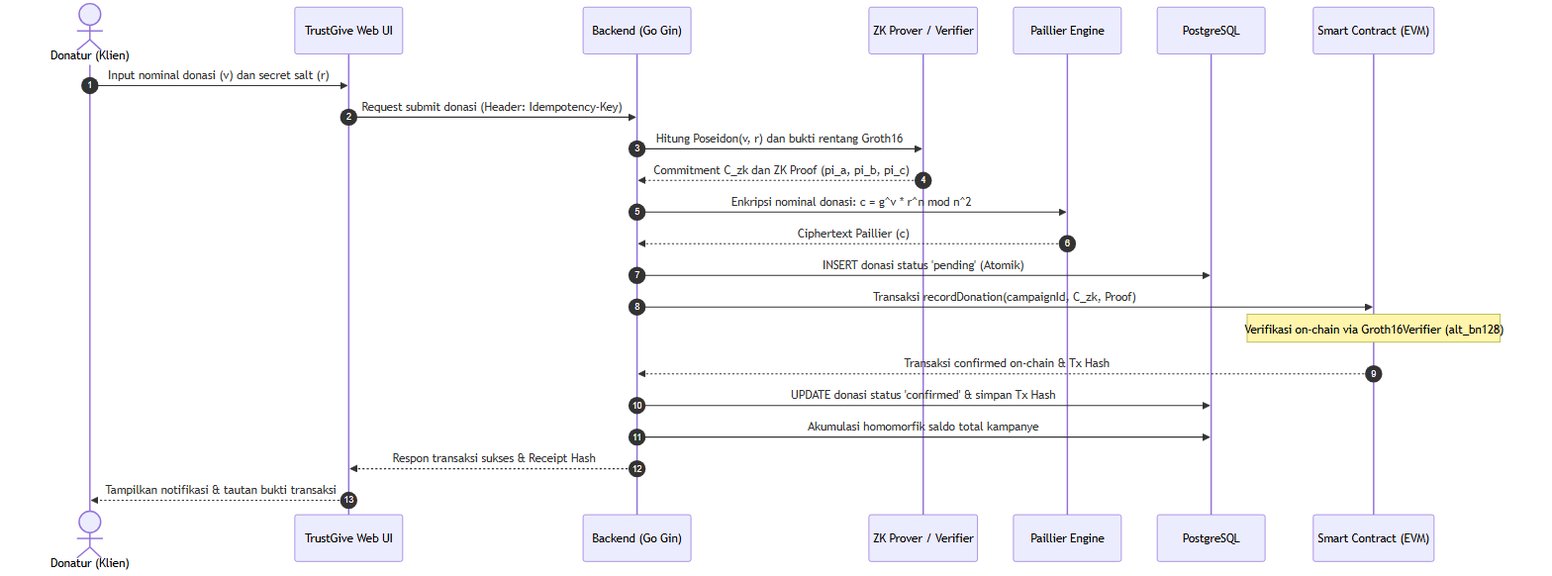
Above: assets/gambar/gambar3_workflow_donasi.png in Dimas-es/donasi-blockchain-paillier-zkSnark (Mermaid), before the change. Its source is kept beside it as assets/gambar/mermaid/gambar3_workflow_donasi.mmd. Source of this version:
```mermaid
sequenceDiagram
    autonumber
    actor D as Donatur (Klien)
    participant UI as TrustGive Web UI
    participant API as Backend (Go Gin)
    participant ZK as ZK Prover / Verifier
    participant P as Paillier Engine
    participant DB as PostgreSQL
    participant SC as Smart Contract (EVM)

    D->>UI: Input nominal donasi (v) dan secret salt (r)
    UI->>API: Request submit donasi (Header: Idempotency-Key)
    API->>ZK: Hitung Poseidon(v, r) dan bukti rentang Groth16
    ZK-->>API: Commitment C_zk dan ZK Proof (pi_a, pi_b, pi_c)
    API->>P: Enkripsi nominal donasi: c = g^v * r^n mod n^2
    P-->>API: Ciphertext Paillier (c)
    API->>DB: INSERT donasi status 'pending' (Atomik)
    API->>SC: Transaksi recordDonation(campaignId, C_zk, Proof)
    Note over SC: Verifikasi on-chain via Groth16Verifier (alt_bn128)
    SC-->>API: Transaksi confirmed on-chain & Tx Hash
    API->>DB: UPDATE donasi status 'confirmed' & simpan Tx Hash
    API->>DB: Akumulasi homomorfik saldo total kampanye
    API-->>UI: Respon transaksi sukses & Receipt Hash
    UI-->>D: Tampilkan notifikasi & tautan bukti transaksi
```
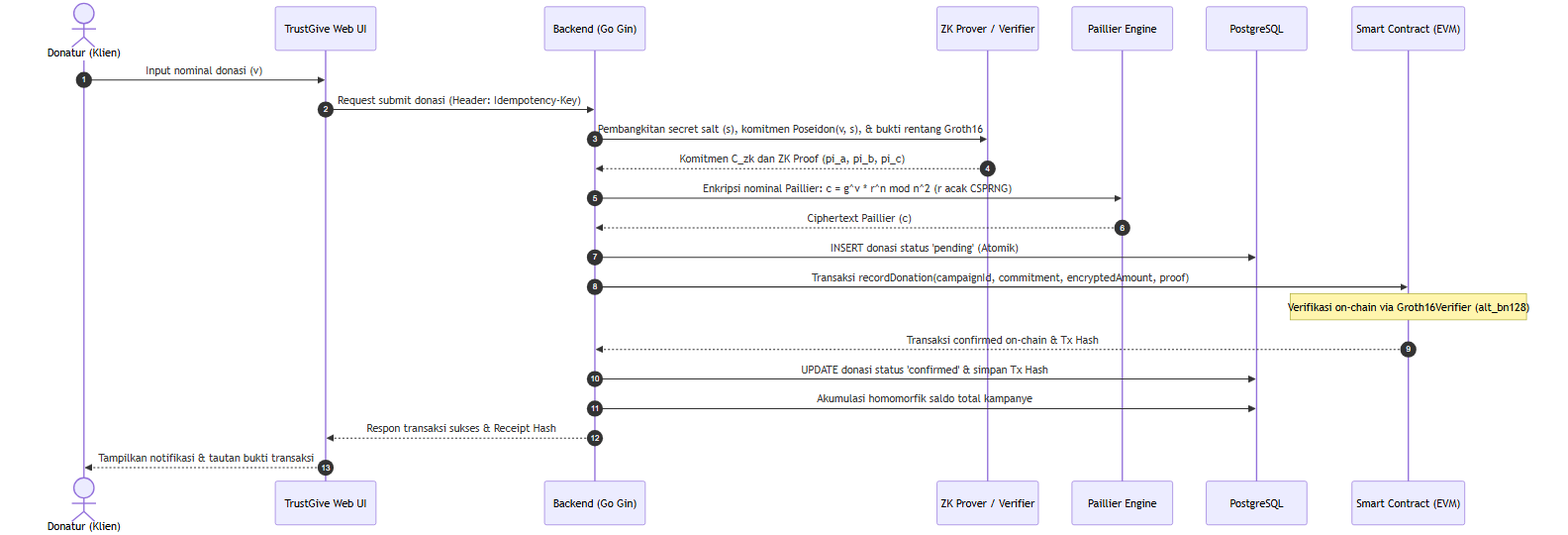
After the change.

Commit message:
fix(review): strictly assert circom witness failure, align workflow figures, and harmonize latency

Diff of the diagram source:
```diff
@@ -8,14 +8,14 @@
     participant DB as PostgreSQL
     participant SC as Smart Contract (EVM)
 
-    D->>UI: Input nominal donasi (v) dan secret salt (r)
+    D->>UI: Input nominal donasi (v)
     UI->>API: Request submit donasi (Header: Idempotency-Key)
-    API->>ZK: Hitung Poseidon(v, r) dan bukti rentang Groth16
-    ZK-->>API: Commitment C_zk dan ZK Proof (pi_a, pi_b, pi_c)
-    API->>P: Enkripsi nominal donasi: c = g^v * r^n mod n^2
+    API->>ZK: Pembangkitan secret salt (s), komitmen Poseidon(v, s), & bukti rentang Groth16
+    ZK-->>API: Komitmen C_zk dan ZK Proof (pi_a, pi_b, pi_c)
+    API->>P: Enkripsi nominal Paillier: c = g^v * r^n mod n^2 (r acak CSPRNG)
     P-->>API: Ciphertext Paillier (c)
     API->>DB: INSERT donasi status 'pending' (Atomik)
-    API->>SC: Transaksi recordDonation(campaignId, C_zk, Proof)
+    API->>SC: Transaksi recordDonation(campaignId, commitment, encryptedAmount, proof)
     Note over SC: Verifikasi on-chain via Groth16Verifier (alt_bn128)
     SC-->>API: Transaksi confirmed on-chain & Tx Hash
     API->>DB: UPDATE donasi status 'confirmed' & simpan Tx Hash
```
